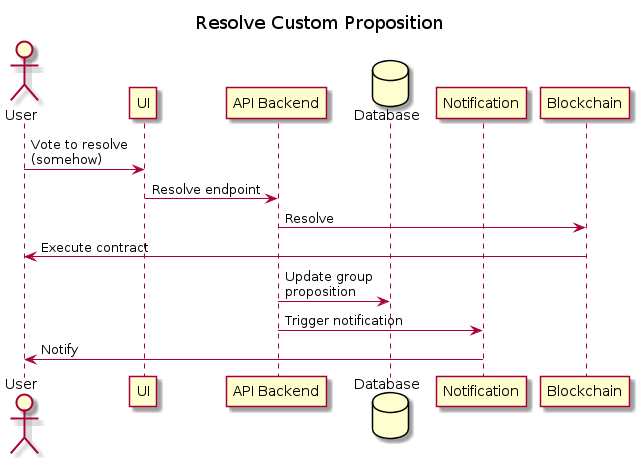
Above: diagram_out/Diagrams/UserStories/Resolve Custom Proposition.png in adhurjaty/prediction-app (PlantUML), before the change. Source of this version:
```plantuml
@startuml Resolve Custom Proposition

title Resolve Custom Proposition

actor User as user
participant UI as ui
participant "API Backend" as api
database Database as db
participant Notification as notify
participant Blockchain as bc

user -> ui : Vote to resolve\n(somehow)
ui -> api : Resolve endpoint
api -> bc : Resolve
bc -> user : Execute contract
api -> db : Update group\nproposition
api -> notify : Trigger notification
notify -> user : Notify

@enduml
```
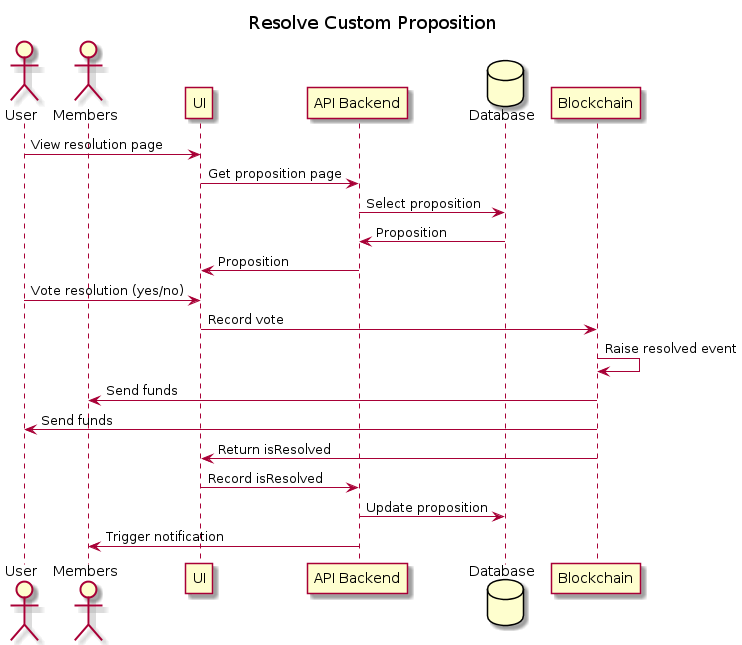
After the change.

Diff of the diagram source:
```diff
@@ -3,18 +3,25 @@
 title Resolve Custom Proposition
 
 actor User as user
+actor Members as members
 participant UI as ui
 participant "API Backend" as api
 database Database as db
-participant Notification as notify
 participant Blockchain as bc
 
-user -> ui : Vote to resolve\n(somehow)
-ui -> api : Resolve endpoint
-api -> bc : Resolve
-bc -> user : Execute contract
-api -> db : Update group\nproposition
-api -> notify : Trigger notification
-notify -> user : Notify
+user -> ui : View resolution page
+ui -> api : Get proposition page
+api -> db : Select proposition
+db -> api : Proposition
+api -> ui : Proposition
+user -> ui : Vote resolution (yes/no)
+ui -> bc : Record vote
+bc -> bc : Raise resolved event
+bc -> members : Send funds
+bc -> user : Send funds
+bc -> ui : Return isResolved
+ui -> api : Record isResolved
+api -> db : Update proposition
+api -> members : Trigger notification
 
 @enduml
```
